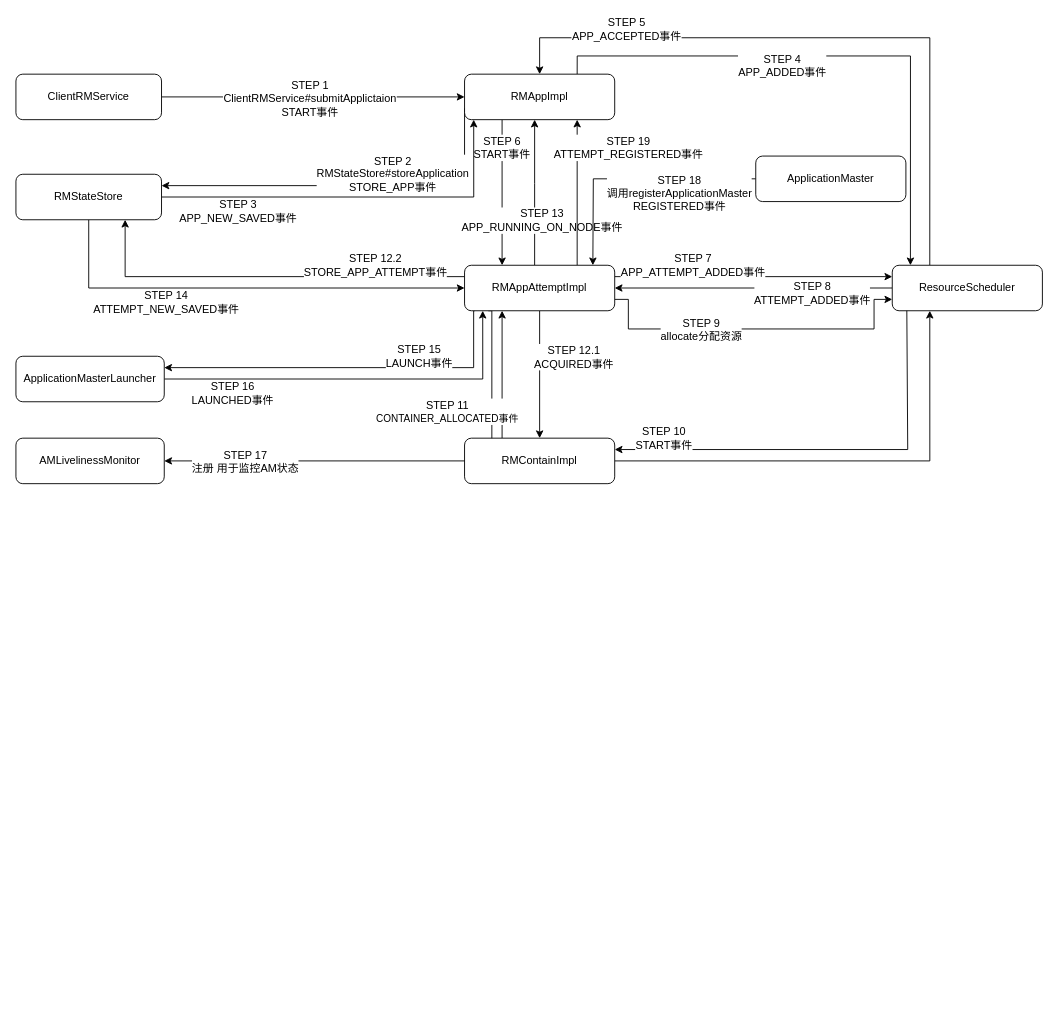
Before: 启动ApplicationMaster流程.drawio in Xiwu1994/chart, a draw.io diagram. Source tidied: cells renumbered, new cells numbered last; positions are measured from the earlier drawing's top-left corner, leaving out a move shared by most shapes. Both pictures are drawn from the tidied source at 91%, with x=0, y=0 at pixel (15, 37).
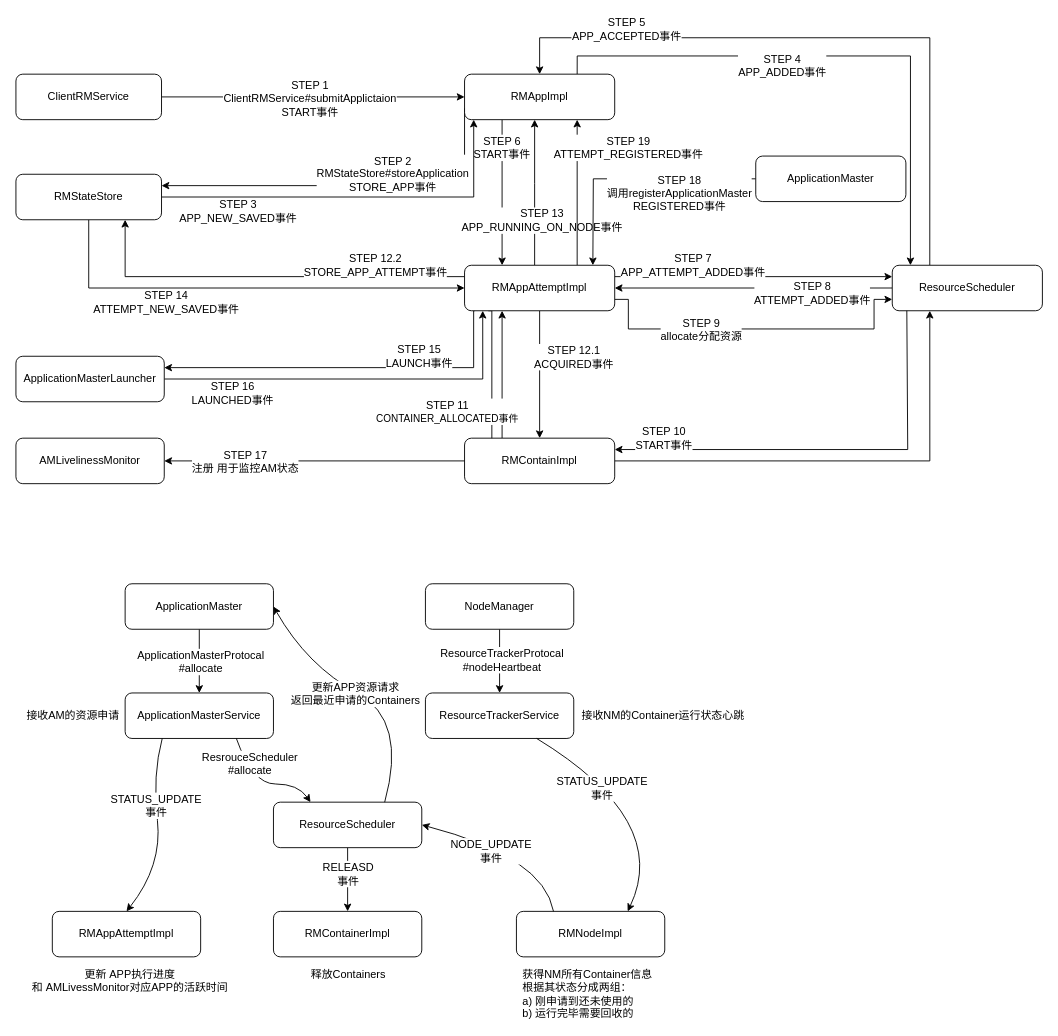
Above is the later version.

The edit, as a diff of the source:
```diff
@@
+    <mxCell id="52" style="edgeStyle=orthogonalEdgeStyle;rounded=0;jettySize=auto;html=1;entryX=0.5;entryY=0;entryDx=0;entryDy=0;" parent="1" edge="1" source="54" target="58">
+      <mxGeometry relative="1" as="geometry" />
+    </mxCell>
+    <mxCell id="53" value="ApplicationMasterProtocal&lt;br&gt;#allocate" style="text;html=1;align=center;verticalAlign=middle;labelBackgroundColor=#ffffff;" parent="52" vertex="1">
+      <mxGeometry y="1" relative="1" as="geometry" />
+    </mxCell>
+    <mxCell id="54" value="ApplicationMaster" style="rounded=1;whiteSpace=wrap;html=1;" parent="1" vertex="1">
+      <mxGeometry x="120" y="600" width="163" height="50" as="geometry" />
+    </mxCell>
+    <mxCell id="55" style="edgeStyle=orthogonalEdgeStyle;rounded=0;jettySize=auto;html=1;entryX=0.5;entryY=0;entryDx=0;entryDy=0;" parent="1" edge="1" source="57" target="59">
+      <mxGeometry relative="1" as="geometry" />
+    </mxCell>
+    <mxCell id="56" value="ResourceTrackerProtocal&lt;br&gt;#nodeHeartbeat" style="text;html=1;align=center;verticalAlign=middle;labelBackgroundColor=#ffffff;" parent="55" vertex="1">
+      <mxGeometry y="3" relative="1" as="geometry">
+        <mxPoint x="-1" y="-2" as="offset" />
+      </mxGeometry>
+    </mxCell>
+    <mxCell id="57" value="NodeManager" style="rounded=1;whiteSpace=wrap;html=1;" parent="1" vertex="1">
+      <mxGeometry x="450" y="600" width="163" height="50" as="geometry" />
+    </mxCell>
+    <mxCell id="58" value="ApplicationMasterService" style="rounded=1;whiteSpace=wrap;html=1;" parent="1" vertex="1">
+      <mxGeometry x="120" y="720" width="163" height="50" as="geometry" />
+    </mxCell>
+    <mxCell id="59" value="ResourceTrackerService" style="rounded=1;whiteSpace=wrap;html=1;" parent="1" vertex="1">
+      <mxGeometry x="450" y="720" width="163" height="50" as="geometry" />
+    </mxCell>
+    <mxCell id="60" style="edgeStyle=orthogonalEdgeStyle;rounded=0;jettySize=auto;html=1;" parent="1" edge="1" source="62" target="64">
+      <mxGeometry relative="1" as="geometry" />
+    </mxCell>
+    <mxCell id="61" value="RELEASD&lt;br&gt;事件" style="text;html=1;align=center;verticalAlign=middle;labelBackgroundColor=#ffffff;" parent="60" vertex="1">
+      <mxGeometry x="-0.2" relative="1" as="geometry" />
+    </mxCell>
+    <mxCell id="62" value="ResourceScheduler" style="rounded=1;whiteSpace=wrap;html=1;" parent="1" vertex="1">
+      <mxGeometry x="283" y="840" width="163" height="50" as="geometry" />
+    </mxCell>
+    <mxCell id="63" value="RMAppAttemptImpl" style="rounded=1;whiteSpace=wrap;html=1;" parent="1" vertex="1">
+      <mxGeometry x="40" y="960" width="163" height="50" as="geometry" />
+    </mxCell>
+    <mxCell id="64" value="RMContainerImpl" style="rounded=1;whiteSpace=wrap;html=1;" parent="1" vertex="1">
+      <mxGeometry x="283" y="960" width="163" height="50" as="geometry" />
+    </mxCell>
+    <mxCell id="65" value="RMNodeImpl" style="rounded=1;whiteSpace=wrap;html=1;" parent="1" vertex="1">
+      <mxGeometry x="550" y="960" width="163" height="50" as="geometry" />
+    </mxCell>
+    <mxCell id="66" style="curved=1;endArrow=classic;html=1;exitX=0.75;exitY=1;exitDx=0;exitDy=0;entryX=0.25;entryY=0;entryDx=0;entryDy=0;" parent="1" edge="1" source="58" target="62">
+      <mxGeometry relative="1" as="geometry">
+        <Array as="points">
+          <mxPoint x="260" y="820" />
+          <mxPoint x="310" y="820" />
+        </Array>
+      </mxGeometry>
+    </mxCell>
+    <mxCell id="67" value="ResrouceScheduler&lt;br&gt;#allocate" style="text;html=1;align=center;verticalAlign=middle;labelBackgroundColor=#ffffff;" parent="66" vertex="1">
+      <mxGeometry x="-0.51" y="4" relative="1" as="geometry" />
+    </mxCell>
+    <mxCell id="68" style="curved=1;endArrow=classic;html=1;exitX=0.25;exitY=1;exitDx=0;exitDy=0;entryX=0.5;entryY=0;entryDx=0;entryDy=0;" parent="1" edge="1" source="58" target="63">
+      <mxGeometry relative="1" as="geometry">
+        <Array as="points">
+          <mxPoint x="150" y="810" />
+          <mxPoint x="161" y="910" />
+        </Array>
+      </mxGeometry>
+    </mxCell>
+    <mxCell id="69" value="STATUS_UPDATE&lt;br&gt;事件" style="text;html=1;align=center;verticalAlign=middle;labelBackgroundColor=#ffffff;" parent="68" vertex="1">
+      <mxGeometry x="-0.27" relative="1" as="geometry" />
+    </mxCell>
+    <mxCell id="70" style="curved=1;endArrow=classic;html=1;exitX=0.75;exitY=1;exitDx=0;exitDy=0;entryX=0.75;entryY=0;entryDx=0;entryDy=0;" parent="1" edge="1" source="59" target="65">
+      <mxGeometry relative="1" as="geometry">
+        <Array as="points">
+          <mxPoint x="720" y="860" />
+        </Array>
+      </mxGeometry>
+    </mxCell>
+    <mxCell id="71" value="STATUS_UPDATE&lt;br&gt;事件" style="text;html=1;align=center;verticalAlign=middle;labelBackgroundColor=#ffffff;" parent="70" vertex="1">
+      <mxGeometry x="-0.37" y="-10" relative="1" as="geometry" />
+    </mxCell>
+    <mxCell id="72" style="curved=1;endArrow=classic;html=1;exitX=0.25;exitY=0;exitDx=0;exitDy=0;entryX=1;entryY=0.5;entryDx=0;entryDy=0;" parent="1" edge="1" source="65" target="62">
+      <mxGeometry relative="1" as="geometry">
+        <Array as="points">
+          <mxPoint x="580" y="900" />
+        </Array>
+      </mxGeometry>
+    </mxCell>
+    <mxCell id="73" value="NODE_UPDATE&lt;br&gt;事件" style="text;html=1;align=center;verticalAlign=middle;labelBackgroundColor=#ffffff;" parent="72" vertex="1">
+      <mxGeometry x="0.19" y="8" relative="1" as="geometry" />
+    </mxCell>
+    <mxCell id="74" value="更新 APP执行进度&lt;br&gt;和 AMLivessMonitor对应APP的活跃时间" style="text;html=1;align=center;verticalAlign=top;spacingTop=-4;" parent="1" vertex="1">
+      <mxGeometry x="10" y="1020" width="230" height="30" as="geometry" />
+    </mxCell>
+    <mxCell id="75" value="释放Containers" style="text;html=1;align=center;verticalAlign=top;spacingTop=-4;" parent="1" vertex="1">
+      <mxGeometry x="314.5" y="1020" width="100" height="20" as="geometry" />
+    </mxCell>
+    <mxCell id="76" style="curved=1;endArrow=classic;html=1;exitX=0.75;exitY=0;exitDx=0;exitDy=0;entryX=1;entryY=0.5;entryDx=0;entryDy=0;" parent="1" edge="1" source="62" target="54">
+      <mxGeometry relative="1" as="geometry">
+        <Array as="points">
+          <mxPoint x="430" y="750" />
+          <mxPoint x="320" y="690" />
+        </Array>
+      </mxGeometry>
+    </mxCell>
+    <mxCell id="77" value="更新APP资源请求&lt;br&gt;返回最近申请的Containers" style="text;html=1;align=center;verticalAlign=middle;labelBackgroundColor=#ffffff;" parent="76" vertex="1">
+      <mxGeometry x="0.08" y="1" relative="1" as="geometry">
+        <mxPoint y="1" as="offset" />
+      </mxGeometry>
+    </mxCell>
+    <mxCell id="78" value="接收AM的资源申请" style="text;html=1;align=left;verticalAlign=top;spacingTop=-4;" parent="1" vertex="1">
+      <mxGeometry x="10" y="735" width="120" height="20" as="geometry" />
+    </mxCell>
+    <mxCell id="79" value="接收NM的Container运行状态心跳" style="text;html=1;align=left;verticalAlign=top;spacingTop=-4;" parent="1" vertex="1">
+      <mxGeometry x="620" y="735" width="190" height="20" as="geometry" />
+    </mxCell>
+    <mxCell id="80" value="获得NM所有Container信息&lt;br&gt;根据其状态分成两组：&lt;br&gt;a) 刚申请到还未使用的&lt;br&gt;b) 运行完毕需要回收的" style="text;html=1;align=left;verticalAlign=top;spacingTop=-4;" parent="1" vertex="1">
+      <mxGeometry x="555" y="1020" width="160" height="60" as="geometry" />
+    </mxCell>
```
